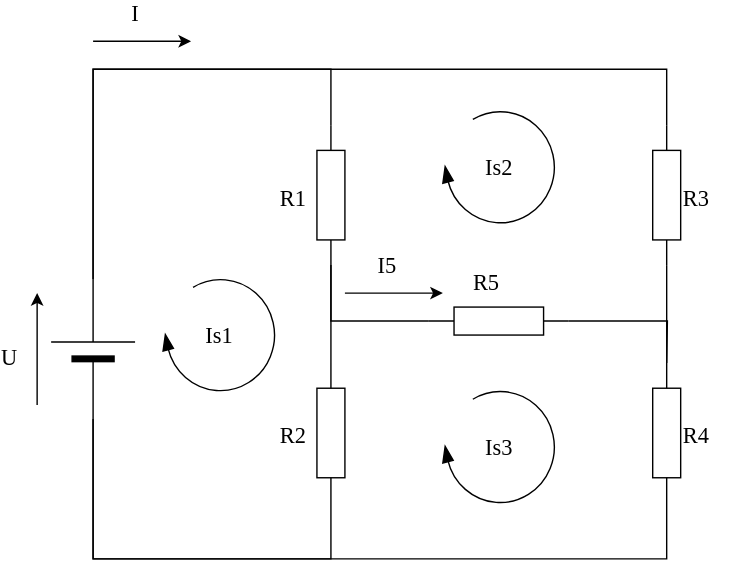
Earlier version of the draw.io export 未命名绘图.drawio7.svg (caimiaoyan/mix). Source tidied: cells renumbered, new cells last; positions are measured from the earlier drawing's top-left corner, leaving out a move shared by most shapes.
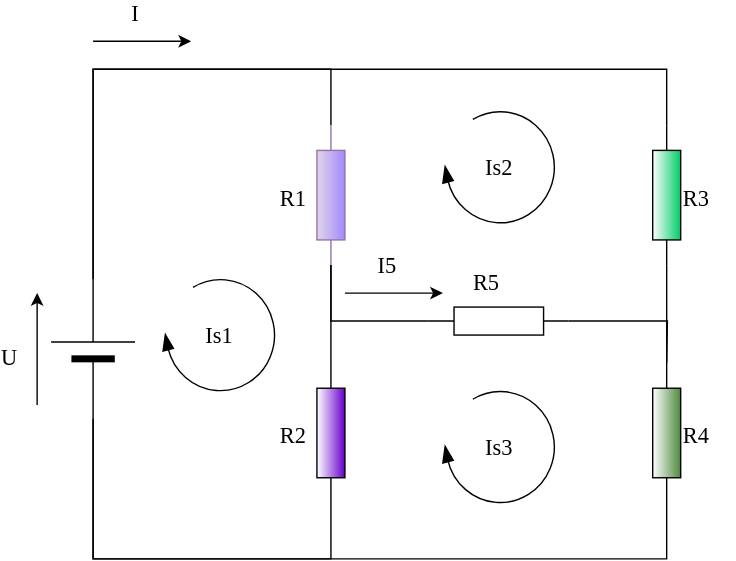
The same diagram one commit later.

Commit message:
更新未命名绘图.drawio7.svg

What changed in the source:
```diff
@@ -27,13 +27,13 @@
     <mxCell id="6" style="edgeStyle=orthogonalEdgeStyle;rounded=0;html=1;exitX=0;exitY=0.5;exitPerimeter=0;entryX=1;entryY=0.5;entryPerimeter=0;labelBackgroundColor=none;startArrow=none;startFill=0;startSize=5;endArrow=none;endFill=0;endSize=5;jettySize=auto;strokeWidth=1;fontFamily=Verdana;fontSize=12;" parent="1" edge="1" source="7" target="11">
       <mxGeometry relative="1" as="geometry" />
     </mxCell>
-    <mxCell id="7" style="verticalLabelPosition=bottom;shadow=0;dashed=0;align=center;html=1;verticalAlign=top;strokeWidth=1;shape=mxgraph.electrical.resistors.resistor_1;rounded=1;comic=0;labelBackgroundColor=none;fontFamily=Verdana;fontSize=12;rotation=-90;" parent="1" vertex="1">
+    <mxCell id="7" style="verticalLabelPosition=bottom;shadow=0;dashed=0;align=center;html=1;verticalAlign=top;strokeWidth=1;shape=mxgraph.electrical.resistors.resistor_1;rounded=1;comic=0;labelBackgroundColor=none;fontFamily=Verdana;fontSize=12;rotation=-90;fillColor=#e1d5e7;strokeColor=#9673a6;gradientColor=#A18AFF;" parent="1" vertex="1">
       <mxGeometry x="170" y="100" width="100" height="20" as="geometry" />
     </mxCell>
     <mxCell id="8" style="edgeStyle=orthogonalEdgeStyle;rounded=0;html=1;exitX=0;exitY=0.5;exitPerimeter=0;entryX=1;entryY=0.5;entryPerimeter=0;labelBackgroundColor=none;startArrow=none;startFill=0;startSize=5;endArrow=none;endFill=0;endSize=5;jettySize=auto;strokeWidth=1;fontFamily=Verdana;fontSize=12;" parent="1" edge="1" source="9" target="13">
       <mxGeometry relative="1" as="geometry" />
     </mxCell>
-    <mxCell id="9" style="verticalLabelPosition=bottom;shadow=0;dashed=0;align=center;html=1;verticalAlign=top;strokeWidth=1;shape=mxgraph.electrical.resistors.resistor_1;rounded=1;comic=0;labelBackgroundColor=none;fontFamily=Verdana;fontSize=12;rotation=-90;" parent="1" vertex="1">
+    <mxCell id="9" style="verticalLabelPosition=bottom;shadow=0;dashed=0;align=center;html=1;verticalAlign=top;strokeWidth=1;shape=mxgraph.electrical.resistors.resistor_1;rounded=1;comic=0;labelBackgroundColor=none;fontFamily=Verdana;fontSize=12;rotation=-90;gradientColor=#00CC66;" parent="1" vertex="1">
       <mxGeometry x="410" y="100" width="100" height="20" as="geometry" />
     </mxCell>
     <mxCell id="10" style="edgeStyle=orthogonalEdgeStyle;rounded=0;html=1;exitX=0;exitY=0.5;exitPerimeter=0;entryX=0;entryY=0.5;entryPerimeter=0;labelBackgroundColor=none;startArrow=none;startFill=0;startSize=5;endArrow=none;endFill=0;endSize=5;jettySize=auto;strokeWidth=1;fontFamily=Verdana;fontSize=12;" parent="1" edge="1" source="11" target="4">
@@ -44,7 +44,7 @@
         </Array>
       </mxGeometry>
     </mxCell>
-    <mxCell id="11" style="verticalLabelPosition=bottom;shadow=0;dashed=0;align=center;html=1;verticalAlign=top;strokeWidth=1;shape=mxgraph.electrical.resistors.resistor_1;rounded=1;comic=0;labelBackgroundColor=none;fontFamily=Verdana;fontSize=12;rotation=-90;" parent="1" vertex="1">
+    <mxCell id="11" style="verticalLabelPosition=bottom;shadow=0;dashed=0;align=center;html=1;verticalAlign=top;strokeWidth=1;shape=mxgraph.electrical.resistors.resistor_1;rounded=1;comic=0;labelBackgroundColor=none;fontFamily=Verdana;fontSize=12;rotation=-90;gradientColor=#6600CC;" parent="1" vertex="1">
       <mxGeometry x="170" y="270" width="100" height="20" as="geometry" />
     </mxCell>
     <mxCell id="12" style="edgeStyle=orthogonalEdgeStyle;rounded=0;html=1;exitX=0;exitY=0.5;exitPerimeter=0;entryX=0;entryY=0.5;entryPerimeter=0;labelBackgroundColor=none;startArrow=none;startFill=0;startSize=5;endArrow=none;endFill=0;endSize=5;jettySize=auto;strokeWidth=1;fontFamily=Verdana;fontSize=12;" parent="1" edge="1" source="13" target="4">
@@ -55,7 +55,7 @@
         </Array>
       </mxGeometry>
     </mxCell>
-    <mxCell id="13" style="verticalLabelPosition=bottom;shadow=0;dashed=0;align=center;html=1;verticalAlign=top;strokeWidth=1;shape=mxgraph.electrical.resistors.resistor_1;rounded=1;comic=0;labelBackgroundColor=none;fontFamily=Verdana;fontSize=12;rotation=-90;" parent="1" vertex="1">
+    <mxCell id="13" style="verticalLabelPosition=bottom;shadow=0;dashed=0;align=center;html=1;verticalAlign=top;strokeWidth=1;shape=mxgraph.electrical.resistors.resistor_1;rounded=1;comic=0;labelBackgroundColor=none;fontFamily=Verdana;fontSize=12;rotation=-90;gradientColor=#4F8A3D;" parent="1" vertex="1">
       <mxGeometry x="410" y="270" width="100" height="20" as="geometry" />
     </mxCell>
     <mxCell id="14" style="edgeStyle=orthogonalEdgeStyle;rounded=0;html=1;exitX=1;exitY=0.5;exitPerimeter=0;labelBackgroundColor=none;startArrow=none;startFill=0;startSize=5;endArrow=none;endFill=0;endSize=5;jettySize=auto;strokeWidth=1;fontFamily=Verdana;fontSize=12;" parent="1" edge="1" source="15">
```
